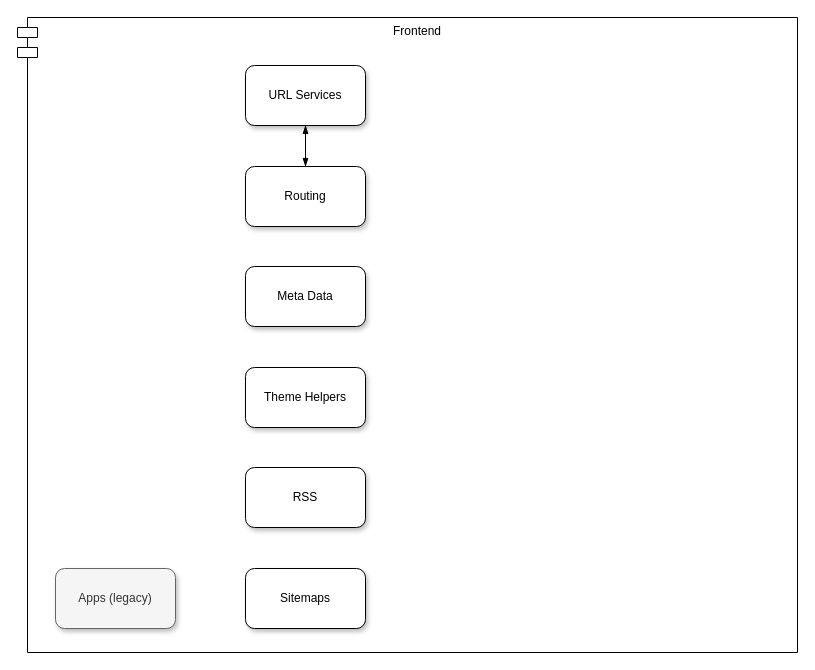
Above: page "Frontend" (3 of 7) of ghost.drawio in TryGhost/architecture-diagrams (draw.io), before the change. Source tidied: cells renumbered, new cells numbered last; positions are measured from the earlier drawing's top-left corner, leaving out a move shared by most shapes. Both pictures are drawn from the tidied source at 100%, with x=0, y=0 at pixel (17, 17).
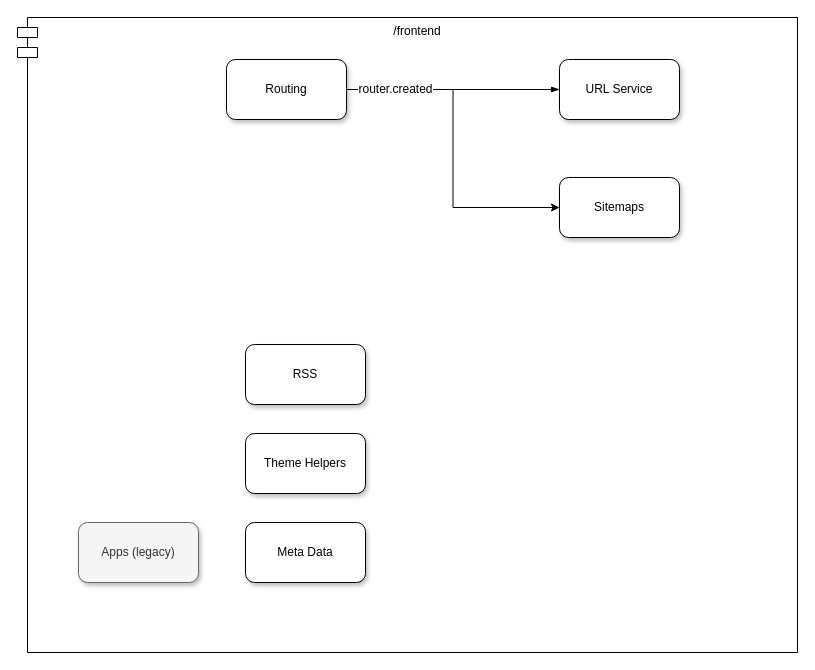
Above is the later version.

Commit message (it also covers changes not shown here):
Added sitemap service diagram

The edit, as a diff of the source:
```diff
@@
 <mxGraphModel>
   <root>
     <mxCell id="0" />
     <mxCell id="1" parent="0" />
-    <mxCell id="2" value="Frontend" style="shape=module;align=left;spacingLeft=20;align=center;verticalAlign=top;" parent="1" vertex="1">
+    <mxCell id="2" value="/frontend" style="shape=module;align=left;spacingLeft=20;align=center;verticalAlign=top;" parent="1" vertex="1">
       <mxGeometry width="780" height="635" as="geometry" />
     </mxCell>
     <mxCell id="3" value="Apps (legacy)" style="rounded=1;whiteSpace=wrap;html=1;shadow=1;glass=0;comic=0;fillColor=#f5f5f5;strokeColor=#666666;fontColor=#333333;" parent="1" vertex="1">
-      <mxGeometry x="38" y="551" width="120" height="60" as="geometry" />
+      <mxGeometry x="61" y="505" width="120" height="60" as="geometry" />
     </mxCell>
     <mxCell id="4" value="Theme Helpers" style="rounded=1;whiteSpace=wrap;html=1;shadow=1;glass=0;comic=0;" parent="1" vertex="1">
-      <mxGeometry x="228" y="350" width="120" height="60" as="geometry" />
+      <mxGeometry x="228" y="416" width="120" height="60" as="geometry" />
     </mxCell>
     <mxCell id="5" value="Meta Data" style="rounded=1;whiteSpace=wrap;html=1;shadow=1;glass=0;comic=0;" parent="1" vertex="1">
-      <mxGeometry x="228" y="249" width="120" height="60" as="geometry" />
+      <mxGeometry x="228" y="505" width="120" height="60" as="geometry" />
     </mxCell>
-    <mxCell id="6" style="edgeStyle=none;rounded=0;jettySize=auto;html=1;endArrow=blockThin;endFill=1;strokeColor=#000000;" parent="1" edge="1" source="7" target="10">
-      <mxGeometry relative="1" as="geometry" />
-    </mxCell>
+    <mxCell id="12" style="edgeStyle=orthogonalEdgeStyle;rounded=0;jettySize=auto;html=1;entryX=0;entryY=0.5;entryDx=0;entryDy=0;" parent="1" edge="1" source="7" target="11">
+      <mxGeometry relative="1" as="geometry" />
+    </mxCell>
     <mxCell id="7" value="Routing" style="rounded=1;whiteSpace=wrap;html=1;shadow=1;glass=0;comic=0;" parent="1" vertex="1">
-      <mxGeometry x="228" y="149" width="120" height="60" as="geometry" />
+      <mxGeometry x="209" y="42" width="120" height="60" as="geometry" />
     </mxCell>
     <mxCell id="8" value="RSS" style="rounded=1;whiteSpace=wrap;html=1;shadow=1;glass=0;comic=0;" parent="1" vertex="1">
-      <mxGeometry x="228" y="450" width="120" height="60" as="geometry" />
+      <mxGeometry x="228" y="327" width="120" height="60" as="geometry" />
     </mxCell>
-    <mxCell id="9" style="jettySize=auto;html=1;endArrow=blockThin;endFill=1;rounded=0;strokeColor=#000000;" parent="1" edge="1" source="10" target="7">
-      <mxGeometry relative="1" as="geometry" />
-    </mxCell>
-    <mxCell id="10" value="URL Services" style="rounded=1;whiteSpace=wrap;html=1;shadow=1;glass=0;comic=0;" parent="1" vertex="1">
-      <mxGeometry x="228" y="48" width="120" height="60" as="geometry" />
+    <mxCell id="10" value="URL Service" style="rounded=1;whiteSpace=wrap;html=1;shadow=1;glass=0;comic=0;" parent="1" vertex="1">
+      <mxGeometry x="542" y="42" width="120" height="60" as="geometry" />
     </mxCell>
     <mxCell id="11" value="Sitemaps" style="rounded=1;whiteSpace=wrap;html=1;shadow=1;glass=0;comic=0;" parent="1" vertex="1">
-      <mxGeometry x="228" y="551" width="120" height="60" as="geometry" />
+      <mxGeometry x="542" y="160" width="120" height="60" as="geometry" />
     </mxCell>
+    <mxCell id="6" value="&lt;span style=&quot;color: rgb(0 , 0 , 0) ; font-family: &amp;#34;helvetica&amp;#34; ; font-style: normal ; letter-spacing: normal ; text-align: center ; text-indent: 0px ; text-transform: none ; word-spacing: 0px ; background-color: rgb(255 , 255 , 255)&quot;&gt;&lt;font style=&quot;font-size: 12px&quot;&gt;router.created&lt;/font&gt;&lt;/span&gt;" style="edgeStyle=none;rounded=0;jettySize=auto;html=1;endArrow=blockThin;endFill=1;strokeColor=#000000;" parent="1" edge="1" source="7" target="10">
+      <mxGeometry x="-0.54" relative="1" as="geometry" />
+    </mxCell>
   </root>
 </mxGraphModel>
```
